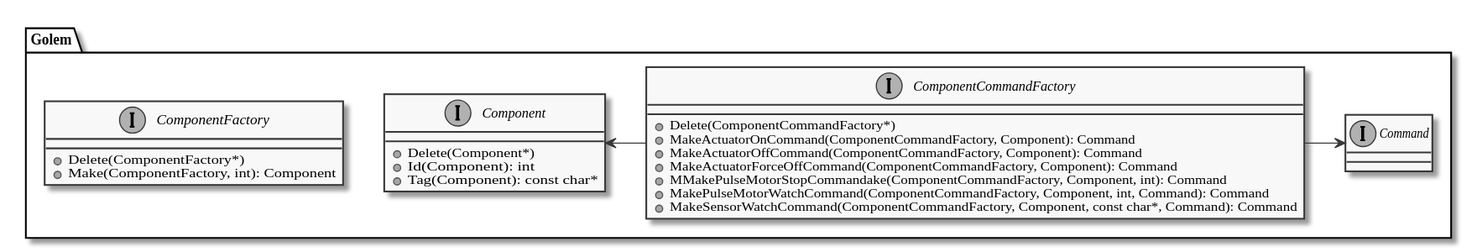
This is doc/component_class_diagram.svg from kokabe2/golem, a PlantUML export, as it was before one commit. Source of this version:
```plantuml
@startuml component_class_diagram
skinparam {
    defaultFontName Ricty Diminished
    monochrome true
}

package Golem {
        interface Component {
            + Delete(Component*)
            + Id(Component): int
            + Tag(Component): const char*
        }

        interface ComponentFactory {
            + Delete(ComponentFactory*)
            + Make(ComponentFactory, int): Component
        }

        interface ComponentCommandFactory {
            + Delete(ComponentCommandFactory*)
            + MakeActuatorOnCommand(ComponentCommandFactory, Component): Command
            + MakeActuatorOffCommand(ComponentCommandFactory, Component): Command
            + MakeActuatorForceOffCommand(ComponentCommandFactory, Component): Command
            + MMakePulseMotorStopCommandake(ComponentCommandFactory, Component, int): Command
            + MakePulseMotorWatchCommand(ComponentCommandFactory, Component, int, Command): Command
            + MakeSensorWatchCommand(ComponentCommandFactory, Component, const char*, Command): Command
        }

        interface Command

        ComponentCommandFactory -> Command
        ComponentCommandFactory -l-> Component
}
@enduml
```
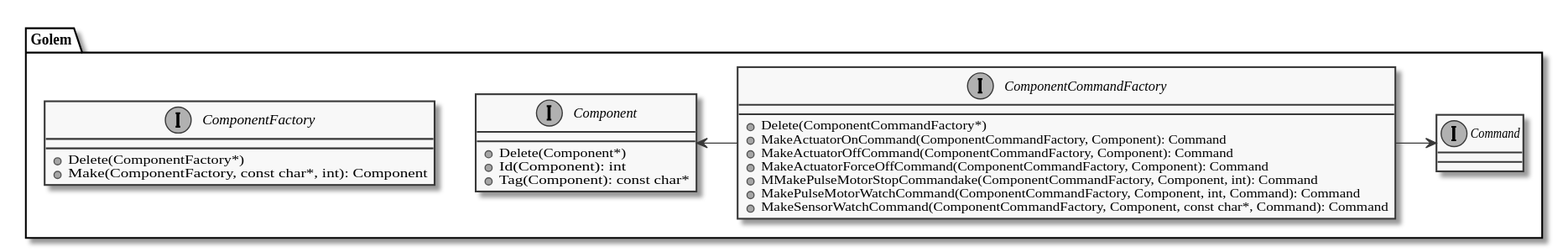
The same file after the commit.

Commit message:
Updaste component class diagram

What changed in the source:
```diff
@@ -13,7 +13,7 @@
 
         interface ComponentFactory {
             + Delete(ComponentFactory*)
-            + Make(ComponentFactory, int): Component
+            + Make(ComponentFactory, const char*, int): Component
         }
 
         interface ComponentCommandFactory {
```
